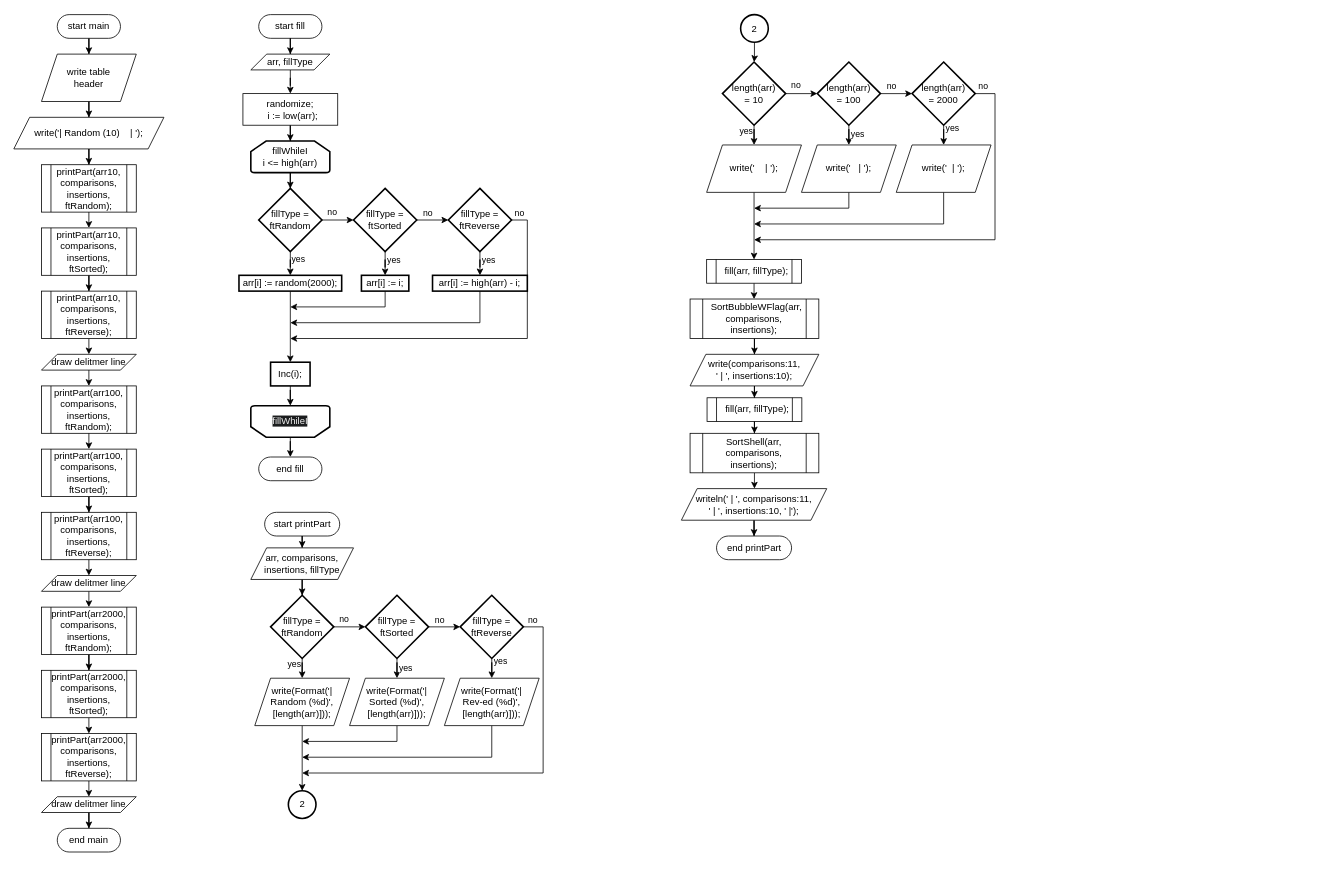
Earlier version of the draw.io diagram schema.drawio (bsuir-readyk/oaip-5). Source tidied: cells renumbered, new cells numbered last; positions are measured from the earlier drawing's top-left corner, leaving out a move shared by most shapes. Both pictures are drawn from the tidied source at 79%, with x=0, y=0 at pixel (13, 14).
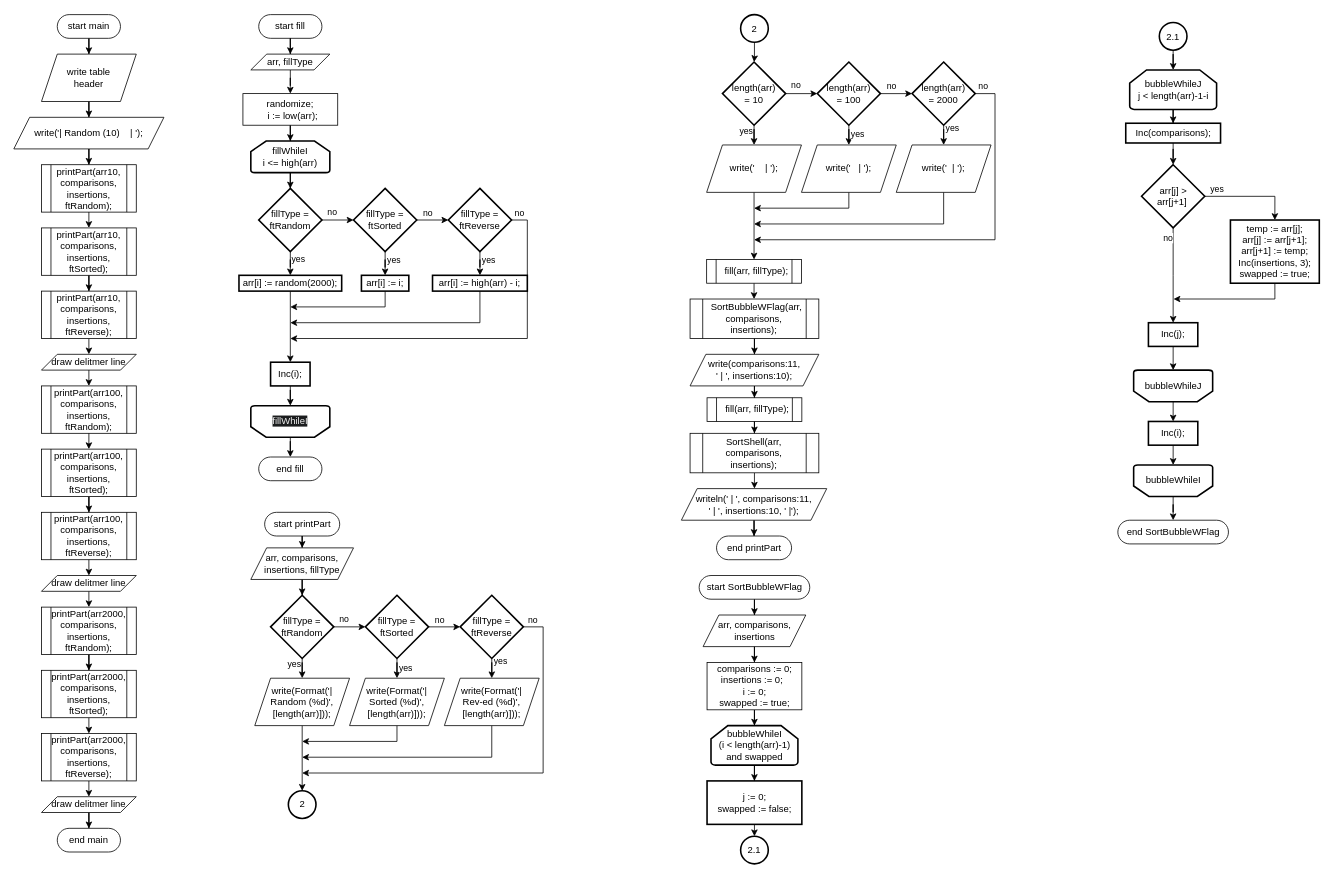
The same page after the edit.

Commit message (it also covers changes not shown here):
schema - bubble sort

The edit, as a diff of the source:
```diff
@@
+    <mxCell id="126" style="edgeStyle=orthogonalEdgeStyle;rounded=0;jettySize=auto;html=1;" parent="1" edge="1" source="127" target="130">
+      <mxGeometry relative="1" as="geometry" />
+    </mxCell>
+    <mxCell id="127" value="start SortBubbleWFlag" style="html=1;dashed=0;whiteSpace=wrap;shape=mxgraph.dfd.start;" parent="1" vertex="1">
+      <mxGeometry x="867.5" y="710" width="140" height="30" as="geometry" />
+    </mxCell>
+    <mxCell id="128" value="end SortBubbleWFlag" style="html=1;dashed=0;whiteSpace=wrap;shape=mxgraph.dfd.start;" parent="1" vertex="1">
+      <mxGeometry x="1397.5" y="640" width="140" height="30" as="geometry" />
+    </mxCell>
+    <mxCell id="129" style="edgeStyle=orthogonalEdgeStyle;rounded=0;jettySize=auto;html=1;" parent="1" edge="1" source="130" target="132">
+      <mxGeometry relative="1" as="geometry" />
+    </mxCell>
+    <mxCell id="130" value="&lt;div&gt;&lt;span style=&quot;background-color: initial;&quot;&gt;arr,&amp;nbsp;&lt;/span&gt;&lt;span style=&quot;background-color: initial;&quot;&gt;comparisons, insertions&lt;/span&gt;&lt;br&gt;&lt;/div&gt;" style="shape=parallelogram;perimeter=parallelogramPerimeter;whiteSpace=wrap;html=1;fixedSize=1;" parent="1" vertex="1">
+      <mxGeometry x="872.5" y="760" width="130" height="40" as="geometry" />
+    </mxCell>
+    <mxCell id="131" style="edgeStyle=orthogonalEdgeStyle;rounded=0;jettySize=auto;html=1;" parent="1" edge="1" source="132" target="134">
+      <mxGeometry relative="1" as="geometry" />
+    </mxCell>
+    <mxCell id="132" value="&lt;div&gt;comparisons := 0;&lt;/div&gt;&lt;div&gt;insertions := 0;&lt;span style=&quot;background-color: initial;&quot;&gt;&amp;nbsp;&amp;nbsp;&lt;/span&gt;&lt;/div&gt;&lt;div&gt;i := 0;&lt;/div&gt;&lt;div&gt;swapped := true;&lt;/div&gt;" style="whiteSpace=wrap;html=1;" parent="1" vertex="1">
+      <mxGeometry x="877.5" y="820" width="120" height="60" as="geometry" />
+    </mxCell>
+    <mxCell id="133" style="edgeStyle=orthogonalEdgeStyle;rounded=0;jettySize=auto;html=1;" parent="1" edge="1" source="134" target="138">
+      <mxGeometry relative="1" as="geometry" />
+    </mxCell>
+    <mxCell id="134" value="&lt;div&gt;bubbleWhileI&lt;/div&gt;&lt;div&gt;(i &amp;lt; length(arr)-1) and&amp;nbsp;swapped&lt;/div&gt;" style="strokeWidth=2;html=1;shape=mxgraph.flowchart.loop_limit;whiteSpace=wrap;" parent="1" vertex="1">
+      <mxGeometry x="882.5" y="900" width="110" height="50" as="geometry" />
+    </mxCell>
+    <mxCell id="135" style="group;" parent="1" vertex="1">
+      <mxGeometry x="1417.5" y="570" width="100" height="40" as="geometry" />
+    </mxCell>
+    <mxCell id="136" style="strokeWidth=2;html=1;shape=mxgraph.flowchart.loop_limit;whiteSpace=wrap;rotation=-180;" parent="135" vertex="1">
+      <mxGeometry width="100" height="40" as="geometry" />
+    </mxCell>
+    <mxCell id="137" value="bubbleWhileI" style="text;whiteSpace=wrap;html=1;align=center;verticalAlign=middle;" parent="135" vertex="1">
+      <mxGeometry width="100" height="40" as="geometry" />
+    </mxCell>
+    <mxCell id="138" value="&lt;div&gt;j := 0;&lt;/div&gt;&lt;div&gt;swapped := false;&lt;/div&gt;" style="whiteSpace=wrap;html=1;strokeWidth=2;" parent="1" vertex="1">
+      <mxGeometry x="877.5" y="970" width="120" height="55" as="geometry" />
+    </mxCell>
+    <mxCell id="139" value="2.1" style="strokeWidth=2;html=1;shape=mxgraph.flowchart.start_2;whiteSpace=wrap;" parent="1" vertex="1">
+      <mxGeometry x="920" y="1040" width="35" height="35" as="geometry" />
+    </mxCell>
+    <mxCell id="140" style="edgeStyle=orthogonalEdgeStyle;rounded=0;jettySize=auto;html=1;exitX=0.5;exitY=1;exitDx=0;exitDy=0;entryX=0.5;entryY=0;entryDx=0;entryDy=0;entryPerimeter=0;" parent="1" edge="1" source="138" target="139">
+      <mxGeometry relative="1" as="geometry" />
+    </mxCell>
+    <mxCell id="141" style="edgeStyle=orthogonalEdgeStyle;rounded=0;jettySize=auto;html=1;" parent="1" edge="1" source="142" target="144">
+      <mxGeometry relative="1" as="geometry" />
+    </mxCell>
+    <mxCell id="142" value="2.1" style="strokeWidth=2;html=1;shape=mxgraph.flowchart.start_2;whiteSpace=wrap;" parent="1" vertex="1">
+      <mxGeometry x="1450" y="10" width="35" height="35" as="geometry" />
+    </mxCell>
+    <mxCell id="143" style="edgeStyle=orthogonalEdgeStyle;rounded=0;jettySize=auto;html=1;" parent="1" edge="1" source="144" target="146">
+      <mxGeometry relative="1" as="geometry" />
+    </mxCell>
+    <mxCell id="144" value="&lt;div&gt;bubbleWhileJ&lt;/div&gt;&lt;div&gt;&lt;span style=&quot;text-align: left;&quot;&gt;j &amp;lt; length(arr)-1-i&lt;/span&gt;&lt;br&gt;&lt;/div&gt;" style="strokeWidth=2;html=1;shape=mxgraph.flowchart.loop_limit;whiteSpace=wrap;" parent="1" vertex="1">
+      <mxGeometry x="1412.5" y="70" width="110" height="50" as="geometry" />
+    </mxCell>
+    <mxCell id="145" style="edgeStyle=orthogonalEdgeStyle;rounded=0;jettySize=auto;html=1;" parent="1" edge="1" source="146" target="151">
+      <mxGeometry relative="1" as="geometry" />
+    </mxCell>
+    <mxCell id="146" value="&lt;div&gt;Inc(comparisons);&lt;/div&gt;" style="whiteSpace=wrap;html=1;strokeWidth=2;" parent="1" vertex="1">
+      <mxGeometry x="1407.5" y="137.5" width="120" height="25" as="geometry" />
+    </mxCell>
+    <mxCell id="147" style="edgeStyle=orthogonalEdgeStyle;rounded=0;jettySize=auto;html=1;" parent="1" edge="1" source="151" target="156">
+      <mxGeometry relative="1" as="geometry" />
+    </mxCell>
+    <mxCell id="148" value="no" style="edgeLabel;html=1;align=center;verticalAlign=middle;" parent="147" vertex="1">
+      <mxGeometry x="-0.8" y="1" relative="1" as="geometry">
+        <mxPoint x="-8" as="offset" />
+      </mxGeometry>
+    </mxCell>
+    <mxCell id="149" style="edgeStyle=orthogonalEdgeStyle;rounded=0;jettySize=auto;html=1;entryX=0.5;entryY=0;entryDx=0;entryDy=0;" parent="1" edge="1" source="151" target="158">
+      <mxGeometry relative="1" as="geometry" />
+    </mxCell>
+    <mxCell id="150" value="yes" style="edgeLabel;html=1;align=center;verticalAlign=middle;" parent="149" vertex="1">
+      <mxGeometry x="-0.75" y="1" relative="1" as="geometry">
+        <mxPoint y="-9" as="offset" />
+      </mxGeometry>
+    </mxCell>
+    <mxCell id="151" value="arr[j] &amp;gt; arr[j+1]&amp;nbsp;" style="rhombus;whiteSpace=wrap;html=1;strokeWidth=2;" parent="1" vertex="1">
+      <mxGeometry x="1427.5" y="190" width="80" height="80" as="geometry" />
+    </mxCell>
+    <mxCell id="152" style="group;" parent="1" vertex="1">
+      <mxGeometry x="1417.5" y="450" width="100" height="40" as="geometry" />
+    </mxCell>
+    <mxCell id="153" style="strokeWidth=2;html=1;shape=mxgraph.flowchart.loop_limit;whiteSpace=wrap;rotation=-180;" parent="152" vertex="1">
+      <mxGeometry width="100" height="40" as="geometry" />
+    </mxCell>
+    <mxCell id="154" value="bubbleWhileJ" style="text;whiteSpace=wrap;html=1;align=center;verticalAlign=middle;" parent="152" vertex="1">
+      <mxGeometry width="100" height="40" as="geometry" />
+    </mxCell>
+    <mxCell id="155" style="edgeStyle=orthogonalEdgeStyle;rounded=0;jettySize=auto;html=1;" parent="1" edge="1" source="156" target="154">
+      <mxGeometry relative="1" as="geometry" />
+    </mxCell>
+    <mxCell id="156" value="Inc(j);" style="whiteSpace=wrap;html=1;strokeWidth=2;" parent="1" vertex="1">
+      <mxGeometry x="1436.2" y="390" width="62.5" height="30" as="geometry" />
+    </mxCell>
+    <mxCell id="157" style="edgeStyle=orthogonalEdgeStyle;rounded=0;jettySize=auto;html=1;exitX=0.5;exitY=1;exitDx=0;exitDy=0;" parent="1" edge="1" source="158">
+      <mxGeometry relative="1" as="geometry">
+        <mxPoint x="1468" y="360" as="targetPoint" />
+        <Array as="points">
+          <mxPoint x="1596" y="360" />
+        </Array>
+      </mxGeometry>
+    </mxCell>
+    <mxCell id="158" value="&lt;div&gt;temp := arr[j];&lt;/div&gt;&lt;div&gt;arr[j] := arr[j+1];&lt;/div&gt;&lt;div&gt;arr[j+1] := temp;&lt;/div&gt;&lt;div&gt;Inc(insertions, 3);&lt;/div&gt;&lt;div&gt;swapped := true;&lt;/div&gt;" style="whiteSpace=wrap;html=1;strokeWidth=2;" parent="1" vertex="1">
+      <mxGeometry x="1540" y="260" width="112.5" height="80" as="geometry" />
+    </mxCell>
+    <mxCell id="159" style="edgeStyle=orthogonalEdgeStyle;rounded=0;jettySize=auto;html=1;" parent="1" edge="1" source="160" target="137">
+      <mxGeometry relative="1" as="geometry" />
+    </mxCell>
+    <mxCell id="160" value="&lt;span style=&quot;text-align: left;&quot;&gt;Inc(i);&lt;/span&gt;" style="whiteSpace=wrap;html=1;strokeWidth=2;" parent="1" vertex="1">
+      <mxGeometry x="1436.2" y="515" width="62.5" height="30" as="geometry" />
+    </mxCell>
+    <mxCell id="161" style="edgeStyle=orthogonalEdgeStyle;rounded=0;jettySize=auto;html=1;" parent="1" edge="1" source="154" target="160">
+      <mxGeometry relative="1" as="geometry" />
+    </mxCell>
+    <mxCell id="162" style="edgeStyle=orthogonalEdgeStyle;rounded=0;jettySize=auto;html=1;" parent="1" edge="1" source="137" target="128">
+      <mxGeometry relative="1" as="geometry" />
+    </mxCell>
```
